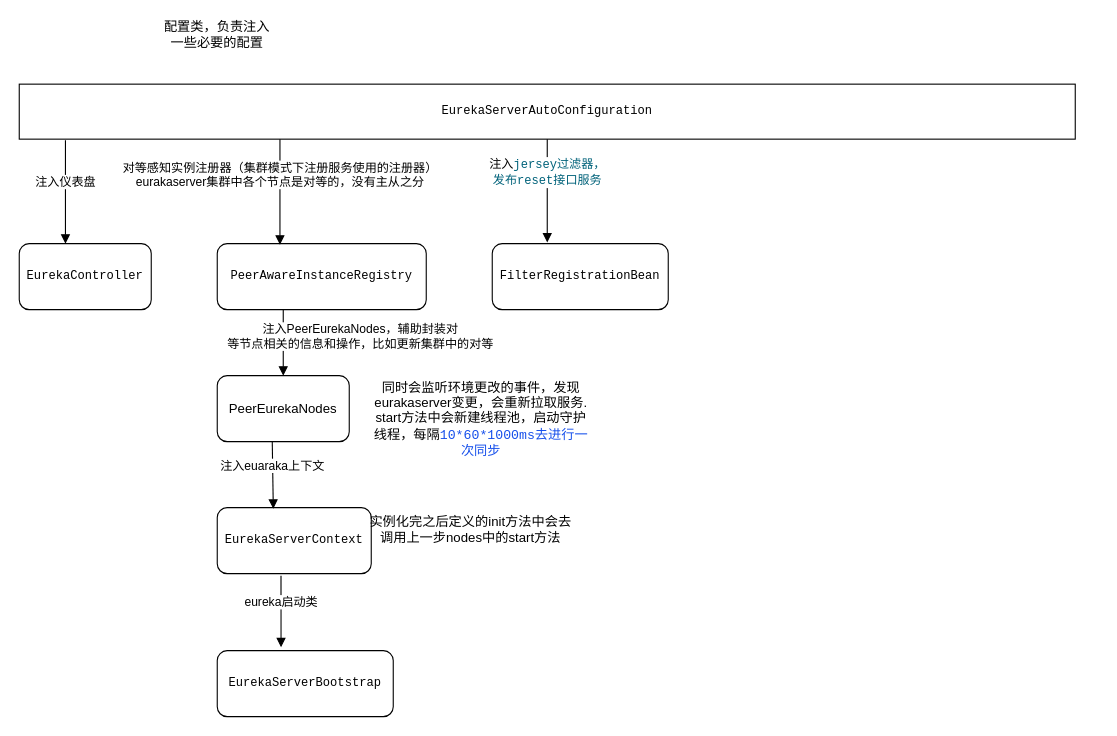
This is Untitled springCloud.drawio from qinhaohao1114/my-draw, a draw.io file, before an edit. Source tidied: cells renumbered, new cells numbered last; positions are measured from the earlier drawing's top-left corner, leaving out a move shared by most shapes. Both pictures are drawn from the tidied source at 110%, with x=0, y=0 at pixel (19, 23).
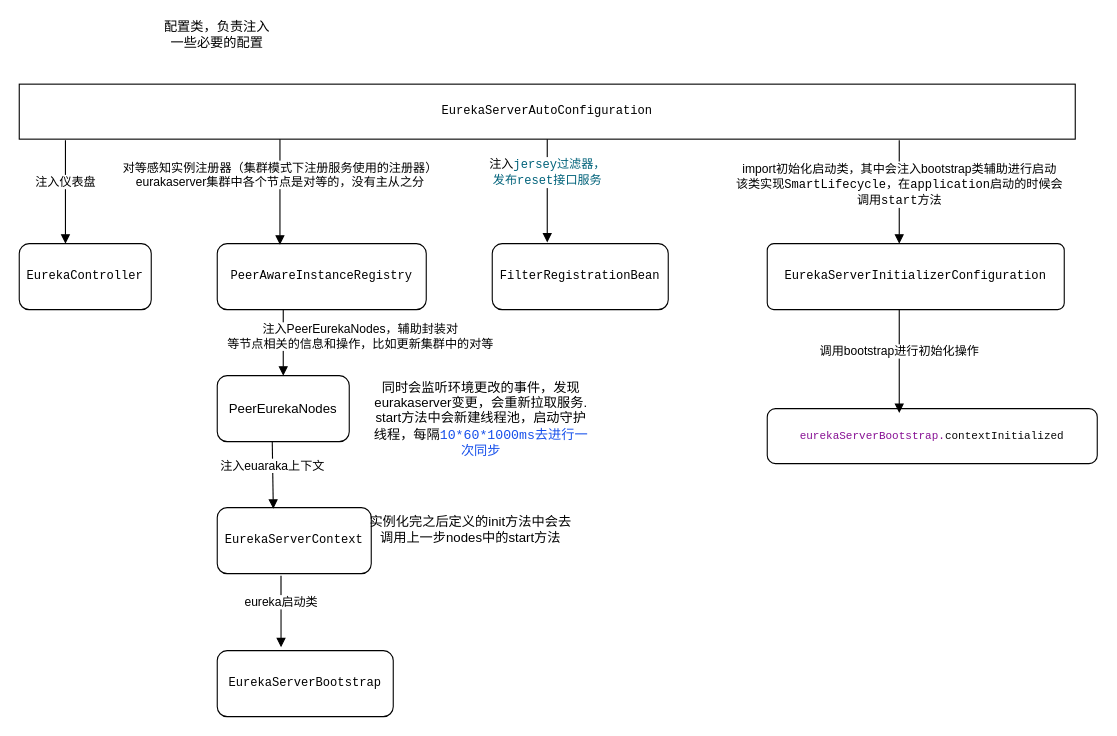
After the change.

The edit, as a diff of the source:
```diff
@@
+    <mxCell id="18" value="&lt;pre style=&quot;color: rgb(8 , 8 , 8) ; font-family: &amp;#34;jetbrains mono&amp;#34; , monospace&quot;&gt;&lt;span style=&quot;color: rgb(0 , 0 , 0) ; background-color: rgb(255 , 255 , 255)&quot;&gt;&lt;font style=&quot;font-size: 11px&quot;&gt;EurekaServerInitializerConfiguration&lt;/font&gt;&lt;/span&gt;&lt;/pre&gt;" style="rounded=1;whiteSpace=wrap;html=1;arcSize=10;" parent="1" vertex="1">
+      <mxGeometry x="680" y="200" width="270" height="60" as="geometry" />
+    </mxCell>
+    <mxCell id="19" value="&lt;span style=&quot;background-color: rgb(255 , 255 , 255) ; font-size: 11px&quot;&gt;&lt;font style=&quot;font-size: 11px&quot;&gt;import初始化启动类，其中会注入bootstrap类辅助进行启动&lt;br style=&quot;font-size: 11px&quot;&gt;该类实现&lt;/font&gt;&lt;/span&gt;&lt;span style=&quot;font-family: &amp;#34;jetbrains mono&amp;#34; , monospace ; font-size: 11px&quot;&gt;&lt;span style=&quot;background-color: rgb(255 , 255 , 255) ; font-size: 11px&quot;&gt;&lt;font style=&quot;font-size: 11px&quot;&gt;SmartLifecycle，在application启动的时候会&lt;br style=&quot;font-size: 11px&quot;&gt;调用start方法&lt;/font&gt;&lt;/span&gt;&lt;br&gt;&lt;/span&gt;" style="html=1;verticalAlign=bottom;endArrow=block;entryX=0.35;entryY=0;entryDx=0;entryDy=0;entryPerimeter=0;" parent="1" edge="1">
+      <mxGeometry x="0.36" relative="1" as="geometry">
+        <mxPoint x="800" y="106" as="sourcePoint" />
+        <mxPoint x="800" y="200" as="targetPoint" />
+        <Array as="points">
+          <mxPoint x="800" y="160" />
+        </Array>
+      </mxGeometry>
+    </mxCell>
+    <mxCell id="20" value="&lt;pre style=&quot;color: rgb(8 , 8 , 8) ; font-family: &amp;#34;jetbrains mono&amp;#34; , monospace ; font-size: 10px&quot;&gt;&lt;span style=&quot;background-color: rgb(255 , 255 , 255) ; font-size: 10px&quot;&gt;&lt;span style=&quot;color: rgb(135 , 16 , 148) ; font-size: 10px&quot;&gt;eurekaServerBootstrap.&lt;/span&gt;contextInitialized&lt;/span&gt;&lt;/pre&gt;" style="rounded=1;whiteSpace=wrap;html=1;" parent="1" vertex="1">
+      <mxGeometry x="680" y="350" width="300" height="50" as="geometry" />
+    </mxCell>
+    <mxCell id="21" value="调用bootstrap进行初始化操作" style="html=1;verticalAlign=bottom;endArrow=block;entryX=0.35;entryY=0;entryDx=0;entryDy=0;entryPerimeter=0;" parent="1" edge="1">
+      <mxGeometry relative="1" as="geometry">
+        <mxPoint x="800" y="260" as="sourcePoint" />
+        <mxPoint x="800" y="354" as="targetPoint" />
+        <Array as="points">
+          <mxPoint x="800" y="314" />
+        </Array>
+      </mxGeometry>
+    </mxCell>
```
